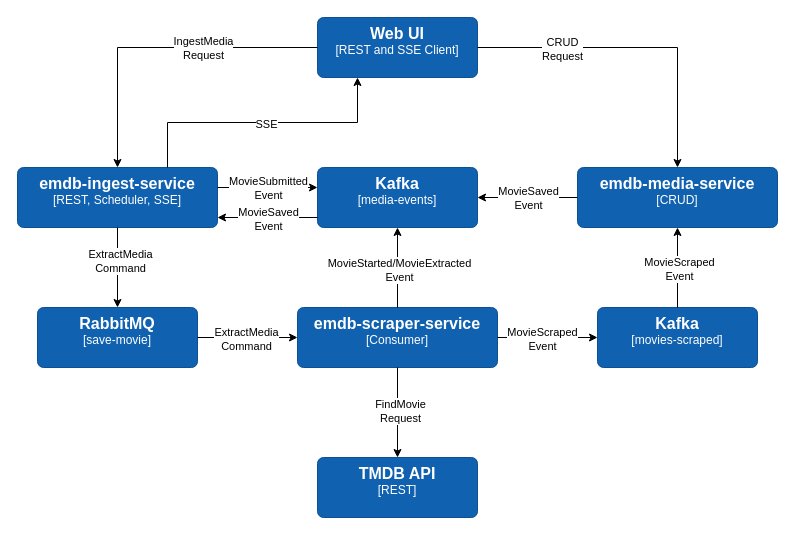
Above: page "Architecture Diagram" (1 of 2) of emdb/doc/emdb7.drawio in douglase72/projects (draw.io), before the change. Source tidied: cells renumbered, new cells numbered last; positions are measured from the earlier drawing's top-left corner, leaving out a move shared by most shapes. Both pictures are drawn from the tidied source at 100%, with x=0, y=0 at pixel (17, 17).
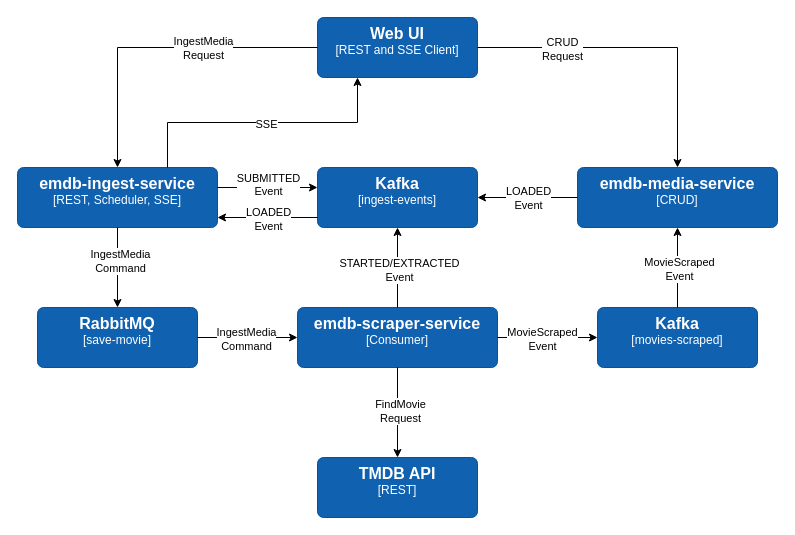
Above is the later version.

The change refers to these unchanged cells:
```xml
<mxCell id="8" style="edgeStyle=orthogonalEdgeStyle;rounded=0;jettySize=auto;html=1;entryX=0.5;entryY=0;entryDx=0;entryDy=0;entryPerimeter=0;" parent="1" edge="1" source="2" target="3">
  <mxGeometry relative="1" as="geometry" />
</mxCell>
<mxCell id="12" style="edgeStyle=orthogonalEdgeStyle;rounded=0;jettySize=auto;html=1;entryX=0;entryY=0.5;entryDx=0;entryDy=0;entryPerimeter=0;" parent="1" edge="1" source="3" target="4">
  <mxGeometry relative="1" as="geometry" />
</mxCell>
<mxCell id="18" style="edgeStyle=orthogonalEdgeStyle;rounded=0;jettySize=auto;html=1;entryX=1;entryY=0.5;entryDx=0;entryDy=0;entryPerimeter=0;" parent="1" edge="1" source="14" target="17">
  <mxGeometry relative="1" as="geometry" />
</mxCell>
<mxCell id="20" style="edgeStyle=orthogonalEdgeStyle;rounded=0;orthogonalLoop=1;jettySize=auto;html=1;entryX=1;entryY=0.5;entryDx=0;entryDy=0;entryPerimeter=0;" parent="1" edge="1">
  <mxGeometry relative="1" as="geometry">
    <mxPoint x="300" y="200" as="sourcePoint" />
    <mxPoint x="200" y="200" as="targetPoint" />
  </mxGeometry>
</mxCell>
<mxCell id="22" style="edgeStyle=orthogonalEdgeStyle;rounded=0;jettySize=auto;html=1;entryX=0.5;entryY=1;entryDx=0;entryDy=0;entryPerimeter=0;" parent="1" edge="1" source="4" target="17">
  <mxGeometry relative="1" as="geometry" />
</mxCell>
<mxCell id="27" style="edgeStyle=orthogonalEdgeStyle;rounded=0;orthogonalLoop=1;jettySize=auto;html=1;entryX=0;entryY=0.5;entryDx=0;entryDy=0;entryPerimeter=0;" parent="1" edge="1">
  <mxGeometry relative="1" as="geometry">
    <mxPoint x="200" y="170" as="sourcePoint" />
    <mxPoint x="300" y="170" as="targetPoint" />
  </mxGeometry>
</mxCell>
```

Diff of the diagram source:
```diff
@@
-    <mxCell id="9" value="ExtractMedia&lt;div&gt;Command&lt;/div&gt;" style="edgeLabel;html=1;align=center;verticalAlign=middle;" parent="8" vertex="1">
+    <mxCell id="9" value="IngestMedia&lt;div&gt;Command&lt;/div&gt;" style="edgeLabel;html=1;align=center;verticalAlign=middle;" parent="8" vertex="1">
       <mxGeometry x="-0.17" y="2" relative="1" as="geometry" />
     </mxCell>
@@
-    <mxCell id="13" value="ExtractMedia&lt;div&gt;Command&lt;/div&gt;" style="edgeLabel;html=1;align=center;verticalAlign=middle;" parent="12" vertex="1">
+    <mxCell id="13" value="IngestMedia&lt;div&gt;Command&lt;/div&gt;" style="edgeLabel;html=1;align=center;verticalAlign=middle;" parent="12" vertex="1">
       <mxGeometry x="-0.04" y="-1" relative="1" as="geometry" />
     </mxCell>
@@
-    <object id="17" label="&lt;font style=&quot;font-size: 16px&quot;&gt;&lt;b&gt;%c4Name%&lt;/b&gt;&lt;/font&gt;&lt;div&gt;[%c4Type%]&lt;/div&gt;&lt;br&gt;&lt;div&gt;&lt;font style=&quot;font-size: 11px&quot;&gt;&lt;font color=&quot;#cccccc&quot;&gt;%c4Description%&lt;/font&gt;&lt;/div&gt;" c4Description="" c4Name="Kafka" c4Type="media-events" placeholders="1">
+    <object id="17" label="&lt;font style=&quot;font-size: 16px&quot;&gt;&lt;b&gt;%c4Name%&lt;/b&gt;&lt;/font&gt;&lt;div&gt;[%c4Type%]&lt;/div&gt;&lt;br&gt;&lt;div&gt;&lt;font style=&quot;font-size: 11px&quot;&gt;&lt;font color=&quot;#cccccc&quot;&gt;%c4Description%&lt;/font&gt;&lt;/div&gt;" c4Description="" c4Name="Kafka" c4Type="ingest-events" placeholders="1">
       <mxCell style="rounded=1;whiteSpace=wrap;html=1;labelBackgroundColor=none;fillColor=light-dark(#1061B0,#FFFFCC);fontColor=#ffffff;align=center;arcSize=10;strokeColor=#0D5091;points=[[0.25,0,0],[0.5,0,0],[0.75,0,0],[1,0.25,0],[1,0.5,0],[1,0.75,0],[0.75,1,0],[0.5,1,0],[0.25,1,0],[0,0.75,0],[0,0.5,0],[0,0.25,0]];" parent="1" vertex="1">
         <mxGeometry x="300" y="150" width="160" height="60" as="geometry" />
       </mxCell>
     </object>
@@
-    <mxCell id="19" value="MovieSaved&lt;div&gt;Event&lt;/div&gt;" style="edgeLabel;html=1;align=center;verticalAlign=middle;" parent="18" vertex="1">
+    <mxCell id="19" value="LOADED&lt;br&gt;&lt;div&gt;Event&lt;/div&gt;" style="edgeLabel;html=1;align=center;verticalAlign=middle;" parent="18" vertex="1">
       <mxGeometry y="1" relative="1" as="geometry">
         <mxPoint y="-1" as="offset" />
       </mxGeometry>
     </mxCell>
@@
-    <mxCell id="21" value="MovieSaved&lt;div&gt;Event&lt;/div&gt;" style="edgeLabel;html=1;align=center;verticalAlign=middle;" parent="20" vertex="1">
+    <mxCell id="21" value="LOADED&lt;br&gt;&lt;div&gt;Event&lt;/div&gt;" style="edgeLabel;html=1;align=center;verticalAlign=middle;" parent="20" vertex="1">
       <mxGeometry x="0.1" y="1" relative="1" as="geometry">
         <mxPoint x="5" as="offset" />
       </mxGeometry>
     </mxCell>
@@
-    <mxCell id="23" value="MovieStarted/MovieExtracted&lt;div&gt;Event&lt;/div&gt;" style="edgeLabel;html=1;align=center;verticalAlign=middle;" parent="22" vertex="1">
+    <mxCell id="23" value="STARTED/EXTRACTED&lt;div&gt;Event&lt;/div&gt;" style="edgeLabel;html=1;align=center;verticalAlign=middle;" parent="22" vertex="1">
       <mxGeometry x="-0.05" y="-1" relative="1" as="geometry" />
     </mxCell>
@@
-    <mxCell id="28" value="MovieSubmitted&lt;div&gt;Event&lt;/div&gt;" style="edgeLabel;html=1;align=center;verticalAlign=middle;" parent="27" vertex="1">
+    <mxCell id="28" value="&lt;div&gt;&lt;br&gt;&lt;/div&gt;SUBMITTED&lt;div&gt;Event&lt;/div&gt;" style="edgeLabel;html=1;align=center;verticalAlign=middle;" parent="27" vertex="1">
       <mxGeometry x="-0.1" relative="1" as="geometry">
-        <mxPoint x="5" as="offset" />
+        <mxPoint x="5" y="-10" as="offset" />
       </mxGeometry>
     </mxCell>
```
